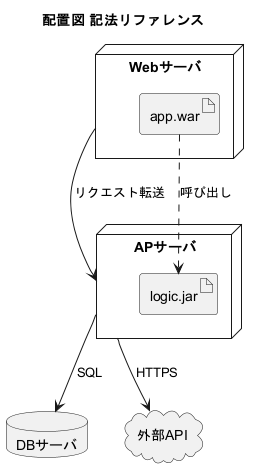
O-TYAN64/plantuml-cheatsheet keeps this PlantUML diagram as Deployment/_Template_Deployment.png. Above is the earlier version. The source it was exported from:
```plantuml
@startuml
title 配置図 記法リファレンス

node "Webサーバ" as web {
  artifact "app.war" as app
}
node "APサーバ" as ap {
  artifact "logic.jar" as logic
}
database "DBサーバ" as db
cloud "外部API" as ext

web --> ap : リクエスト転送
ap --> db : SQL
ap --> ext : HTTPS

app ..> logic : 呼び出し

@enduml
```
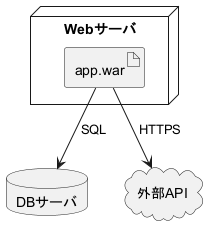
After the change.

What changed in the source:
```diff
@@ -1,19 +1,10 @@
 @startuml
-title 配置図 記法リファレンス
-
-node "Webサーバ" as web {
-  artifact "app.war" as app
-}
-node "APサーバ" as ap {
-  artifact "logic.jar" as logic
+node "Webサーバ" {
+  artifact "app.war"
 }
 database "DBサーバ" as db
 cloud "外部API" as ext
 
-web --> ap : リクエスト転送
-ap --> db : SQL
-ap --> ext : HTTPS
-
-app ..> logic : 呼び出し
-
+[app.war] --> db : SQL
+[app.war] --> ext : HTTPS
 @enduml
```
